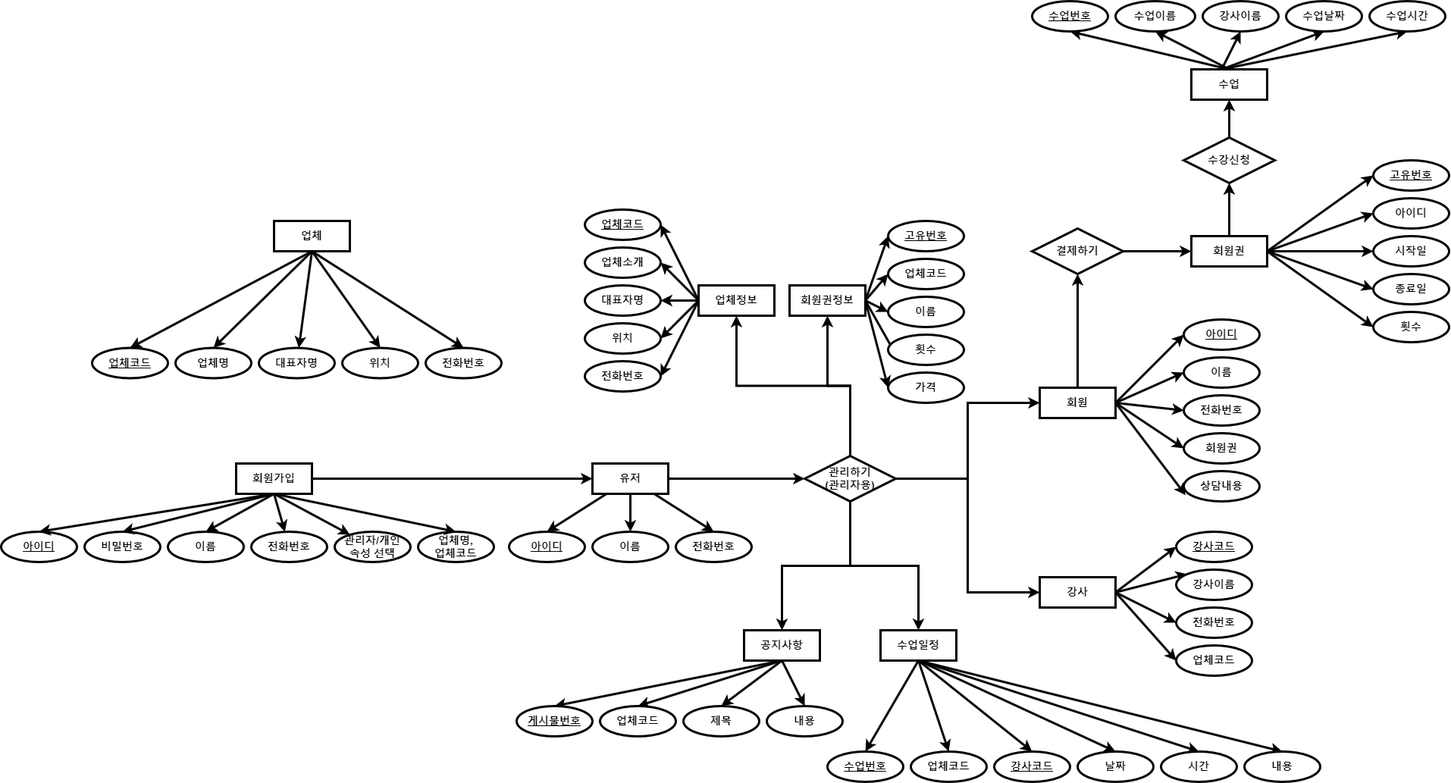
Above: Team-Mem/document/회원관리.drawio.png in yangtory/2024-Team-Mem (draw.io), before the change. Source tidied: cells renumbered, new cells last; positions are measured from the earlier drawing's top-left corner, leaving out a move shared by most shapes.
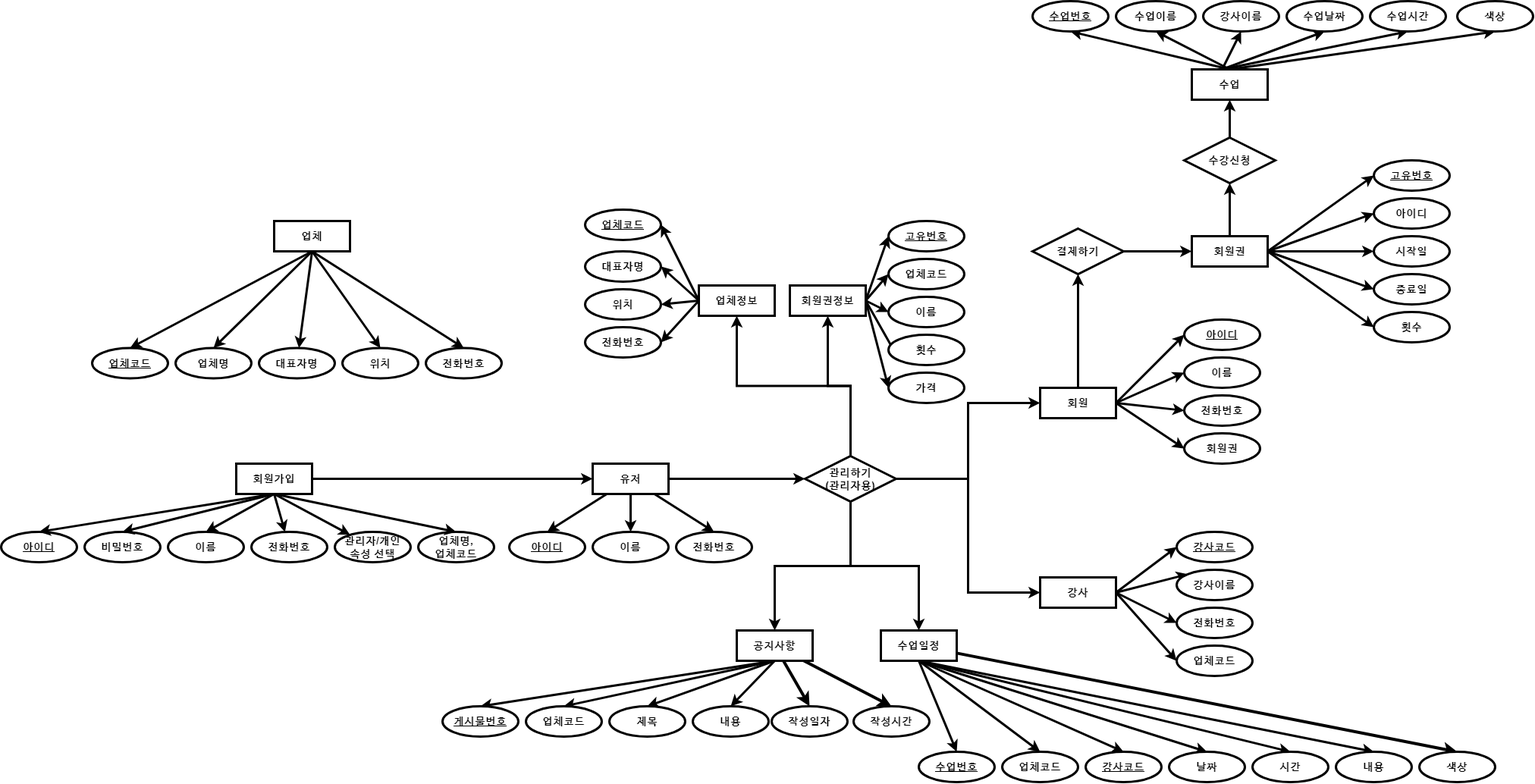
The same diagram one commit later.

Diff of the diagram source:
```diff
@@ -116,6 +116,9 @@
     <mxCell id="39" style="edgeStyle=none;rounded=0;jettySize=auto;html=1;exitX=0.5;exitY=1;exitDx=0;exitDy=0;entryX=0.5;entryY=0;entryDx=0;entryDy=0;strokeWidth=3;fontSize=14;fontStyle=1;" parent="1" edge="1" source="40" target="55">
       <mxGeometry relative="1" as="geometry" />
     </mxCell>
+    <mxCell id="134" style="rounded=0;jettySize=auto;html=1;entryX=0.5;entryY=0;entryDx=0;entryDy=0;strokeWidth=4;" parent="1" edge="1" source="40" target="137">
+      <mxGeometry relative="1" as="geometry" />
+    </mxCell>
     <mxCell id="40" value="수업일정" style="whiteSpace=wrap;html=1;align=center;strokeWidth=3;fontSize=14;fontStyle=1;" parent="1" vertex="1">
       <mxGeometry x="1160" y="830" width="100" height="40" as="geometry" />
     </mxCell>
@@ -131,8 +134,14 @@
     <mxCell id="44" style="edgeStyle=none;rounded=0;jettySize=auto;html=1;exitX=0.5;exitY=1;exitDx=0;exitDy=0;entryX=0.5;entryY=0;entryDx=0;entryDy=0;strokeWidth=3;fontSize=14;fontStyle=1;" parent="1" edge="1" source="45" target="59">
       <mxGeometry relative="1" as="geometry" />
     </mxCell>
+    <mxCell id="135" style="rounded=0;jettySize=auto;html=1;entryX=0.5;entryY=0;entryDx=0;entryDy=0;strokeWidth=4;" parent="1" edge="1" source="45" target="140">
+      <mxGeometry relative="1" as="geometry" />
+    </mxCell>
+    <mxCell id="136" style="rounded=0;jettySize=auto;html=1;entryX=0.5;entryY=0;entryDx=0;entryDy=0;strokeWidth=4;" parent="1" edge="1" source="45" target="141">
+      <mxGeometry relative="1" as="geometry" />
+    </mxCell>
     <mxCell id="45" value="공지사항" style="whiteSpace=wrap;html=1;align=center;strokeWidth=3;fontSize=14;fontStyle=1;" parent="1" vertex="1">
-      <mxGeometry x="980" y="830" width="100" height="40" as="geometry" />
+      <mxGeometry x="970" y="830" width="100" height="40" as="geometry" />
     </mxCell>
     <mxCell id="46" value="이름" style="ellipse;whiteSpace=wrap;html=1;align=center;strokeWidth=3;fontSize=14;fontStyle=1;" parent="1" vertex="1">
       <mxGeometry x="1560" y="470" width="100" height="40" as="geometry" />
@@ -153,28 +162,28 @@
       <mxGeometry x="1550" y="700" width="100" height="40" as="geometry" />
     </mxCell>
     <mxCell id="52" value="강사코드" style="ellipse;whiteSpace=wrap;html=1;align=center;fontStyle=5;strokeWidth=3;fontSize=14;" parent="1" vertex="1">
-      <mxGeometry x="1310" y="990" width="100" height="40" as="geometry" />
+      <mxGeometry x="1430" y="990" width="100" height="40" as="geometry" />
     </mxCell>
     <mxCell id="53" value="날짜" style="ellipse;whiteSpace=wrap;html=1;align=center;strokeWidth=3;fontSize=14;fontStyle=1;" parent="1" vertex="1">
-      <mxGeometry x="1420" y="990" width="100" height="40" as="geometry" />
+      <mxGeometry x="1540" y="990" width="100" height="40" as="geometry" />
     </mxCell>
     <mxCell id="54" value="시간" style="ellipse;whiteSpace=wrap;html=1;align=center;strokeWidth=3;fontSize=14;fontStyle=1;" parent="1" vertex="1">
-      <mxGeometry x="1530" y="990" width="100" height="40" as="geometry" />
+      <mxGeometry x="1650" y="990" width="100" height="40" as="geometry" />
     </mxCell>
     <mxCell id="55" value="내용" style="ellipse;whiteSpace=wrap;html=1;align=center;strokeWidth=3;fontSize=14;fontStyle=1;" parent="1" vertex="1">
-      <mxGeometry x="1640" y="990" width="100" height="40" as="geometry" />
+      <mxGeometry x="1760" y="990" width="100" height="40" as="geometry" />
     </mxCell>
     <mxCell id="56" value="업체코드" style="ellipse;whiteSpace=wrap;html=1;align=center;strokeWidth=3;fontSize=14;fontStyle=1;" parent="1" vertex="1">
-      <mxGeometry x="790" y="930" width="100" height="40" as="geometry" />
+      <mxGeometry x="692" y="930" width="100" height="40" as="geometry" />
     </mxCell>
     <mxCell id="57" value="제목" style="ellipse;whiteSpace=wrap;html=1;align=center;strokeWidth=3;fontSize=14;fontStyle=1;" parent="1" vertex="1">
-      <mxGeometry x="900" y="930" width="100" height="40" as="geometry" />
+      <mxGeometry x="802" y="930" width="100" height="40" as="geometry" />
     </mxCell>
     <mxCell id="58" value="게시물번호" style="ellipse;whiteSpace=wrap;html=1;align=center;fontStyle=5;strokeWidth=3;fontSize=14;" parent="1" vertex="1">
-      <mxGeometry x="680" y="930" width="100" height="40" as="geometry" />
+      <mxGeometry x="582" y="930" width="100" height="40" as="geometry" />
     </mxCell>
     <mxCell id="59" value="내용" style="ellipse;whiteSpace=wrap;html=1;align=center;strokeWidth=3;fontSize=14;fontStyle=1;" parent="1" vertex="1">
-      <mxGeometry x="1010" y="930" width="100" height="40" as="geometry" />
+      <mxGeometry x="912" y="930" width="100" height="40" as="geometry" />
     </mxCell>
     <mxCell id="60" value="업체코드" style="ellipse;whiteSpace=wrap;html=1;align=center;strokeWidth=3;fontSize=14;fontStyle=1;" parent="1" vertex="1">
       <mxGeometry x="1550" y="850" width="100" height="40" as="geometry" />
@@ -248,10 +257,10 @@
       <mxGeometry x="1810" y="210" width="100" height="40" as="geometry" />
     </mxCell>
     <mxCell id="83" value="수업번호" style="ellipse;whiteSpace=wrap;html=1;align=center;fontStyle=5;strokeWidth=3;fontSize=14;" parent="1" vertex="1">
-      <mxGeometry x="1090" y="990" width="100" height="40" as="geometry" />
+      <mxGeometry x="1210" y="990" width="100" height="40" as="geometry" />
     </mxCell>
     <mxCell id="84" value="업체코드" style="ellipse;whiteSpace=wrap;html=1;align=center;strokeWidth=3;fontSize=14;fontStyle=1;" parent="1" vertex="1">
-      <mxGeometry x="1200" y="990" width="100" height="40" as="geometry" />
+      <mxGeometry x="1320" y="990" width="100" height="40" as="geometry" />
     </mxCell>
     <mxCell id="85" value="횟수" style="ellipse;whiteSpace=wrap;html=1;align=center;strokeWidth=3;fontSize=14;fontStyle=1;" parent="1" vertex="1">
       <mxGeometry x="1810" y="410" width="100" height="40" as="geometry" />
@@ -277,15 +286,9 @@
     <mxCell id="92" value="전화번호" style="ellipse;whiteSpace=wrap;html=1;align=center;strokeWidth=3;fontSize=14;fontStyle=1;" parent="1" vertex="1">
       <mxGeometry x="890" y="700" width="100" height="40" as="geometry" />
     </mxCell>
-    <mxCell id="93" value="상담내용" style="ellipse;whiteSpace=wrap;html=1;align=center;strokeWidth=3;fontSize=14;fontStyle=1;" parent="1" vertex="1">
-      <mxGeometry x="1560" y="620" width="100" height="40" as="geometry" />
-    </mxCell>
     <mxCell id="94" style="edgeStyle=none;rounded=0;jettySize=auto;html=1;exitX=0;exitY=0.5;exitDx=0;exitDy=0;entryX=1;entryY=0.5;entryDx=0;entryDy=0;strokeWidth=3;fontSize=14;fontStyle=1;" parent="1" edge="1" source="99" target="112">
       <mxGeometry relative="1" as="geometry" />
     </mxCell>
-    <mxCell id="95" style="edgeStyle=none;rounded=0;jettySize=auto;html=1;exitX=0;exitY=0.5;exitDx=0;exitDy=0;entryX=1;entryY=0.5;entryDx=0;entryDy=0;strokeWidth=3;fontSize=14;fontStyle=1;" parent="1" edge="1" source="99" target="102">
-      <mxGeometry relative="1" as="geometry" />
-    </mxCell>
     <mxCell id="96" style="edgeStyle=none;rounded=0;jettySize=auto;html=1;exitX=0;exitY=0.5;exitDx=0;exitDy=0;entryX=1;entryY=0.5;entryDx=0;entryDy=0;strokeWidth=3;fontSize=14;fontStyle=1;" parent="1" edge="1" source="99" target="113">
       <mxGeometry relative="1" as="geometry" />
     </mxCell>
@@ -304,9 +307,6 @@
     <mxCell id="101" value="업체코드" style="ellipse;whiteSpace=wrap;html=1;align=center;fontStyle=5;strokeWidth=3;fontSize=14;" parent="1" vertex="1">
       <mxGeometry x="120" y="457.5" width="100" height="40" as="geometry" />
     </mxCell>
-    <mxCell id="102" value="업체소개" style="ellipse;whiteSpace=wrap;html=1;align=center;strokeWidth=3;fontSize=14;fontStyle=1;" parent="1" vertex="1">
-      <mxGeometry x="770" y="325" width="100" height="40" as="geometry" />
-    </mxCell>
     <mxCell id="103" value="대표자명" style="ellipse;whiteSpace=wrap;html=1;align=center;strokeWidth=3;fontSize=14;fontStyle=1;" parent="1" vertex="1">
       <mxGeometry x="340" y="457.5" width="100" height="40" as="geometry" />
     </mxCell>
@@ -338,13 +338,13 @@
       <mxGeometry x="770" y="275" width="100" height="40" as="geometry" />
     </mxCell>
     <mxCell id="113" value="대표자명" style="ellipse;whiteSpace=wrap;html=1;align=center;strokeWidth=3;fontSize=14;fontStyle=1;" parent="1" vertex="1">
-      <mxGeometry x="770" y="375" width="100" height="40" as="geometry" />
+      <mxGeometry x="770" y="330" width="100" height="40" as="geometry" />
     </mxCell>
     <mxCell id="114" value="전화번호" style="ellipse;whiteSpace=wrap;html=1;align=center;strokeWidth=3;fontSize=14;fontStyle=1;" parent="1" vertex="1">
-      <mxGeometry x="770" y="475" width="100" height="40" as="geometry" />
+      <mxGeometry x="770" y="430" width="100" height="40" as="geometry" />
     </mxCell>
     <mxCell id="115" value="위치" style="ellipse;whiteSpace=wrap;html=1;align=center;strokeWidth=3;fontSize=14;fontStyle=1;" parent="1" vertex="1">
-      <mxGeometry x="770" y="425" width="100" height="40" as="geometry" />
+      <mxGeometry x="770" y="380" width="100" height="40" as="geometry" />
     </mxCell>
     <mxCell id="116" value="아이디" style="ellipse;whiteSpace=wrap;html=1;align=center;strokeWidth=3;fontSize=14;fontStyle=1;" parent="1" vertex="1">
       <mxGeometry x="1810" y="260" width="100" height="40" as="geometry" />
@@ -397,8 +397,22 @@
     <mxCell id="132" value="수업날짜" style="ellipse;whiteSpace=wrap;html=1;align=center;strokeWidth=3;fontSize=14;fontStyle=1;" parent="1" vertex="1">
       <mxGeometry x="1695" width="100" height="40" as="geometry" />
     </mxCell>
-    <mxCell id="133" style="edgeStyle=none;rounded=0;jettySize=auto;html=1;exitX=1;exitY=0.5;exitDx=0;exitDy=0;entryX=0.024;entryY=0.793;entryDx=0;entryDy=0;entryPerimeter=0;strokeWidth=3;fontSize=14;fontStyle=1;" parent="1" edge="1" source="12" target="93">
-      <mxGeometry relative="1" as="geometry" />
-    </mxCell>
+    <mxCell id="137" value="색상" style="ellipse;whiteSpace=wrap;html=1;align=center;strokeWidth=3;fontSize=14;fontStyle=1;" parent="1" vertex="1">
+      <mxGeometry x="1870" y="990" width="100" height="40" as="geometry" />
+    </mxCell>
+    <mxCell id="138" style="edgeStyle=none;rounded=0;jettySize=auto;html=1;entryX=0.5;entryY=1;entryDx=0;entryDy=0;strokeWidth=3;fontSize=14;fontStyle=1;" parent="1" edge="1" target="139">
+      <mxGeometry relative="1" as="geometry">
+        <mxPoint x="1620" y="90" as="sourcePoint" />
+      </mxGeometry>
+    </mxCell>
+    <mxCell id="139" value="색상" style="ellipse;whiteSpace=wrap;html=1;align=center;strokeWidth=3;fontSize=14;fontStyle=1;" parent="1" vertex="1">
+      <mxGeometry x="1920" width="100" height="40" as="geometry" />
+    </mxCell>
+    <mxCell id="140" value="작성일자" style="ellipse;whiteSpace=wrap;html=1;align=center;strokeWidth=3;fontSize=14;fontStyle=1;" parent="1" vertex="1">
+      <mxGeometry x="1016" y="930" width="100" height="40" as="geometry" />
+    </mxCell>
+    <mxCell id="141" value="작성시간" style="ellipse;whiteSpace=wrap;html=1;align=center;strokeWidth=3;fontSize=14;fontStyle=1;" parent="1" vertex="1">
+      <mxGeometry x="1124" y="930" width="100" height="40" as="geometry" />
+    </mxCell>
   </root>
 </mxGraphModel>
```
